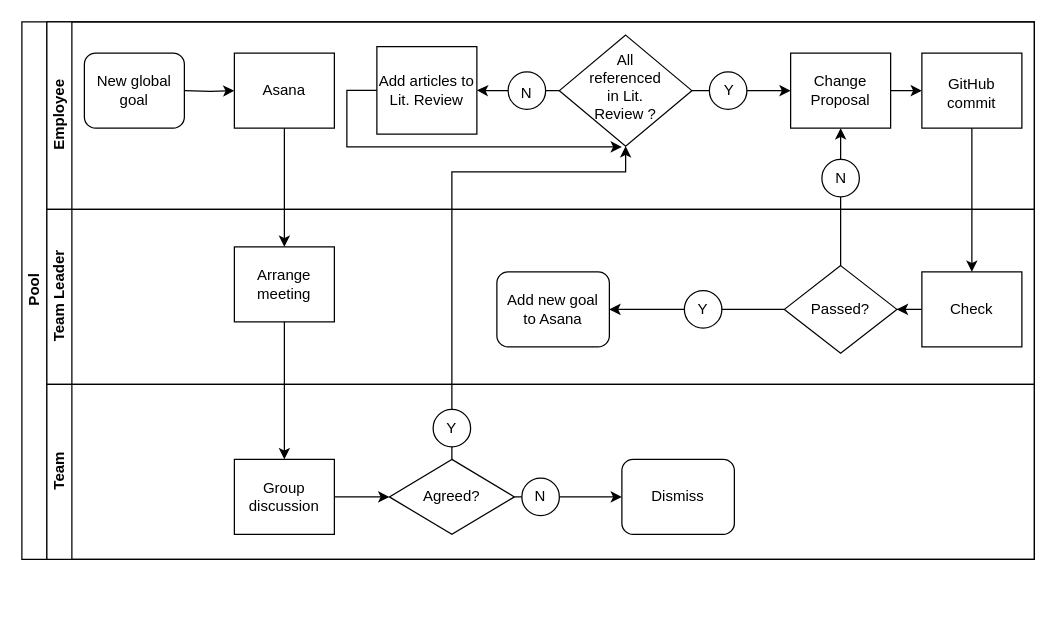
This is Global Goal Proposition.drawio.xml from RQC-Robotics/Docs, a draw.io file, before an edit. Source tidied: cells renumbered, new cells numbered last; positions are measured from the earlier drawing's top-left corner, leaving out a move shared by most shapes. Both pictures are drawn from the tidied source at 125%, with x=0, y=0 at pixel (21, 21).
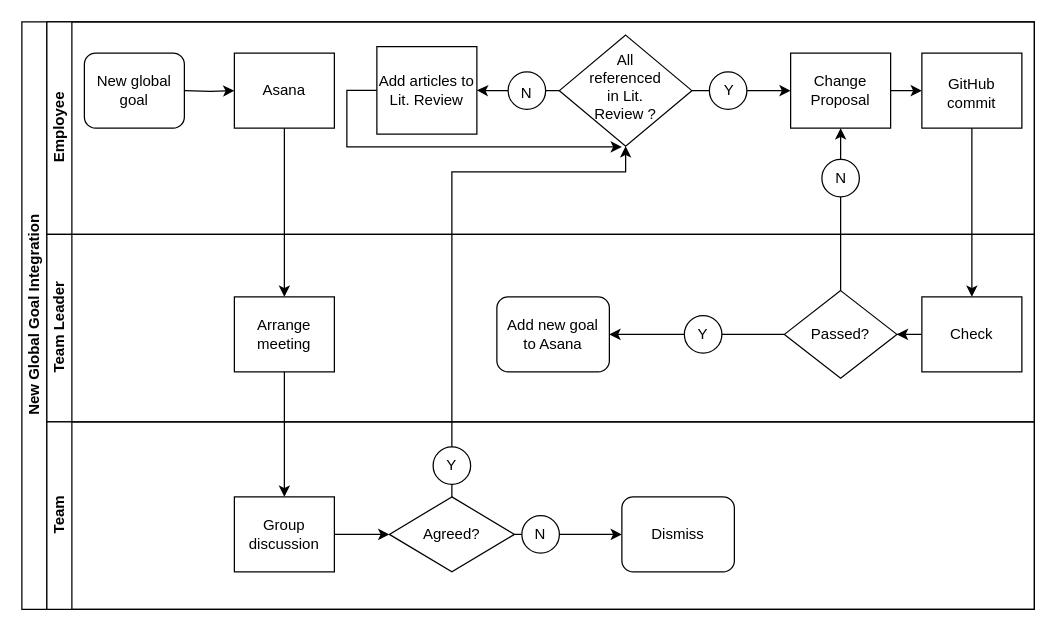
Above is the later version.

Change to the diagram source:
```diff
@@
-    <mxCell id="2" value="Pool" style="swimlane;html=1;horizontal=0;startSize=20;" parent="1" vertex="1">
-      <mxGeometry width="810" height="430" as="geometry" />
+    <mxCell id="2" value="New Global Goal Integration" style="swimlane;html=1;horizontal=0;startSize=20;" parent="1" vertex="1">
+      <mxGeometry width="810" height="470" as="geometry" />
     </mxCell>
@@
     <mxCell id="6" value="Employee" style="swimlane;html=1;startSize=20;horizontal=0;direction=east;" parent="2" vertex="1">
-      <mxGeometry x="20" width="790" height="150" as="geometry" />
+      <mxGeometry x="20" width="790" height="170" as="geometry" />
     </mxCell>
@@
     <mxCell id="33" value="Team Leader" style="swimlane;html=1;startSize=20;horizontal=0;" parent="2" vertex="1">
-      <mxGeometry x="20" y="150" width="790" height="140" as="geometry" />
+      <mxGeometry x="20" y="170" width="790" height="150" as="geometry" />
     </mxCell>
     <mxCell id="34" style="rounded=0;whiteSpace=wrap;html=1;fontFamily=Helvetica;fontSize=12;fontColor=#000000;align=center;" parent="33" vertex="1">
-      <mxGeometry x="150" y="30" width="80" height="60" as="geometry" />
+      <mxGeometry x="150" y="50" width="80" height="60" as="geometry" />
     </mxCell>
@@
     <mxCell id="41" value="Arrange meeting" style="text;html=1;strokeColor=none;fillColor=none;align=center;verticalAlign=middle;whiteSpace=wrap;rounded=0;" parent="33" vertex="1">
-      <mxGeometry x="150" y="45" width="80" height="30" as="geometry" />
+      <mxGeometry x="150" y="65" width="80" height="30" as="geometry" />
     </mxCell>
@@
     <mxCell id="48" value="Team" style="swimlane;html=1;startSize=20;horizontal=0;" parent="2" vertex="1">
-      <mxGeometry x="20" y="290" width="790" height="140" as="geometry" />
+      <mxGeometry x="20" y="320" width="790" height="150" as="geometry" />
     </mxCell>
```
